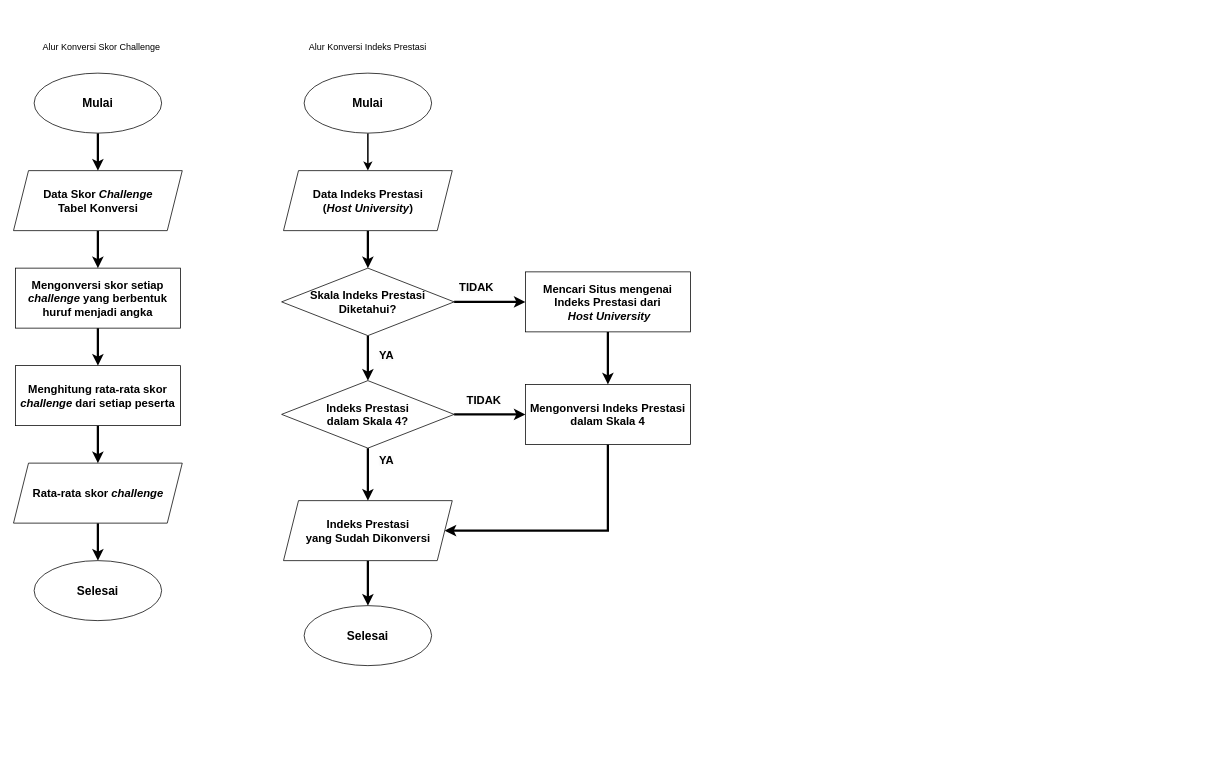
This is page "Flowchart Konversi Skor" (3 of 3) of Pengolahan Data Skripsi.drawio from rianromad/Image-Storage, a draw.io file, before an edit. Source tidied: cells renumbered, new cells numbered last; positions are measured from the earlier drawing's top-left corner, leaving out a move shared by most shapes. Both pictures are drawn from the tidied source at 75%, with x=0, y=0 at pixel (14, 35).
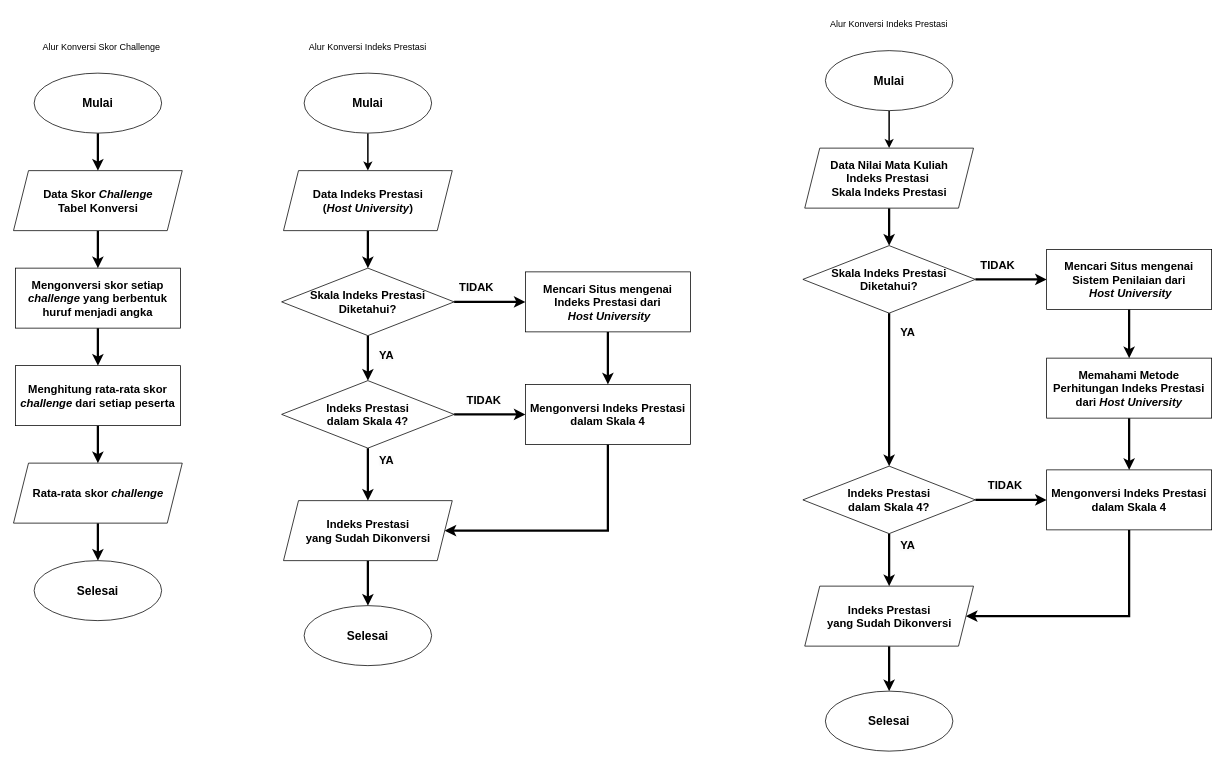
The same diagram, later.

Diff of the diagram source:
```diff
@@
+    <mxCell id="36" value="Alur Konversi Indeks Prestasi" style="text;html=1;strokeColor=none;fillColor=none;align=center;verticalAlign=middle;whiteSpace=wrap;rounded=0;" parent="1" vertex="1">
+      <mxGeometry x="1077" y="-30" width="180" height="30" as="geometry" />
+    </mxCell>
+    <mxCell id="37" style="edgeStyle=orthogonalEdgeStyle;rounded=0;jettySize=auto;html=1;entryX=0.5;entryY=0;entryDx=0;entryDy=0;strokeWidth=2;" parent="1" edge="1" source="38" target="41">
+      <mxGeometry relative="1" as="geometry" />
+    </mxCell>
+    <mxCell id="38" value="&lt;font style=&quot;font-size: 16px;&quot;&gt;&lt;b&gt;Mulai&lt;/b&gt;&lt;/font&gt;" style="ellipse;whiteSpace=wrap;html=1;" parent="1" vertex="1">
+      <mxGeometry x="1082" y="20" width="170" height="80" as="geometry" />
+    </mxCell>
+    <mxCell id="39" value="&lt;font style=&quot;font-size: 16px;&quot;&gt;&lt;b&gt;Selesai&lt;/b&gt;&lt;/font&gt;" style="ellipse;whiteSpace=wrap;html=1;" parent="1" vertex="1">
+      <mxGeometry x="1082" y="874" width="170" height="80" as="geometry" />
+    </mxCell>
+    <mxCell id="40" style="edgeStyle=orthogonalEdgeStyle;rounded=0;jettySize=auto;html=1;entryX=0.5;entryY=0;entryDx=0;entryDy=0;strokeWidth=3;" parent="1" edge="1" source="41" target="44">
+      <mxGeometry relative="1" as="geometry" />
+    </mxCell>
+    <mxCell id="41" value="&lt;b style=&quot;border-color: var(--border-color); font-size: 15px;&quot;&gt;Data Nilai Mata Kuliah&lt;br&gt;Indeks Prestasi&amp;nbsp;&lt;br&gt;Skala Indeks Prestasi&lt;br&gt;&lt;/b&gt;" style="shape=parallelogram;perimeter=parallelogramPerimeter;whiteSpace=wrap;html=1;fixedSize=1;" parent="1" vertex="1">
+      <mxGeometry x="1054.5" y="150" width="225" height="80" as="geometry" />
+    </mxCell>
+    <mxCell id="42" style="edgeStyle=orthogonalEdgeStyle;rounded=0;jettySize=auto;html=1;entryX=0.5;entryY=0;entryDx=0;entryDy=0;strokeWidth=3;" parent="1" edge="1" source="44" target="47">
+      <mxGeometry relative="1" as="geometry" />
+    </mxCell>
+    <mxCell id="43" style="edgeStyle=orthogonalEdgeStyle;rounded=0;jettySize=auto;html=1;entryX=0;entryY=0.5;entryDx=0;entryDy=0;strokeWidth=3;" parent="1" edge="1" source="44" target="56">
+      <mxGeometry relative="1" as="geometry" />
+    </mxCell>
+    <mxCell id="44" value="&lt;span style=&quot;font-size: 15px;&quot;&gt;&lt;b&gt;Skala Indeks Prestasi Diketahui?&lt;br&gt;&lt;/b&gt;&lt;/span&gt;" style="rhombus;whiteSpace=wrap;html=1;" parent="1" vertex="1">
+      <mxGeometry x="1052" y="280" width="230" height="90" as="geometry" />
+    </mxCell>
+    <mxCell id="45" style="edgeStyle=orthogonalEdgeStyle;rounded=0;jettySize=auto;html=1;entryX=0.5;entryY=0;entryDx=0;entryDy=0;strokeWidth=3;" parent="1" edge="1" source="47" target="50">
+      <mxGeometry relative="1" as="geometry" />
+    </mxCell>
+    <mxCell id="46" style="edgeStyle=orthogonalEdgeStyle;rounded=0;jettySize=auto;html=1;entryX=0;entryY=0.5;entryDx=0;entryDy=0;strokeWidth=3;" parent="1" edge="1" source="47" target="53">
+      <mxGeometry relative="1" as="geometry" />
+    </mxCell>
+    <mxCell id="47" value="&lt;span style=&quot;font-size: 15px;&quot;&gt;&lt;b&gt;Indeks Prestasi &lt;br&gt;dalam Skala 4?&lt;br&gt;&lt;/b&gt;&lt;/span&gt;" style="rhombus;whiteSpace=wrap;html=1;" parent="1" vertex="1">
+      <mxGeometry x="1052" y="574" width="230" height="90" as="geometry" />
+    </mxCell>
+    <mxCell id="48" value="&lt;b style=&quot;border-color: var(--border-color); color: rgb(0, 0, 0); font-family: Helvetica; font-size: 12px; font-style: normal; font-variant-ligatures: normal; font-variant-caps: normal; letter-spacing: normal; orphans: 2; text-indent: 0px; text-transform: none; widows: 2; word-spacing: 0px; -webkit-text-stroke-width: 0px; background-color: rgb(251, 251, 251); text-decoration-thickness: initial; text-decoration-style: initial; text-decoration-color: initial;&quot;&gt;&lt;font style=&quot;border-color: var(--border-color); font-size: 15px;&quot;&gt;YA&lt;/font&gt;&lt;/b&gt;" style="text;whiteSpace=wrap;html=1;align=center;" parent="1" vertex="1">
+      <mxGeometry x="1167" y="380" width="50" height="40" as="geometry" />
+    </mxCell>
+    <mxCell id="49" style="edgeStyle=orthogonalEdgeStyle;rounded=0;jettySize=auto;html=1;strokeWidth=3;" parent="1" edge="1" source="50" target="39">
+      <mxGeometry relative="1" as="geometry" />
+    </mxCell>
+    <mxCell id="50" value="&lt;b style=&quot;border-color: var(--border-color); font-size: 15px;&quot;&gt;&lt;b style=&quot;border-color: var(--border-color);&quot;&gt;Indeks Prestasi&lt;br style=&quot;border-color: var(--border-color);&quot;&gt;yang Sudah Dikonversi&lt;/b&gt;&lt;br&gt;&lt;/b&gt;" style="shape=parallelogram;perimeter=parallelogramPerimeter;whiteSpace=wrap;html=1;fixedSize=1;" parent="1" vertex="1">
+      <mxGeometry x="1054.5" y="734" width="225" height="80" as="geometry" />
+    </mxCell>
+    <mxCell id="51" value="&lt;b style=&quot;border-color: var(--border-color); color: rgb(0, 0, 0); font-family: Helvetica; font-size: 12px; font-style: normal; font-variant-ligatures: normal; font-variant-caps: normal; letter-spacing: normal; orphans: 2; text-indent: 0px; text-transform: none; widows: 2; word-spacing: 0px; -webkit-text-stroke-width: 0px; background-color: rgb(251, 251, 251); text-decoration-thickness: initial; text-decoration-style: initial; text-decoration-color: initial;&quot;&gt;&lt;font style=&quot;border-color: var(--border-color); font-size: 15px;&quot;&gt;YA&lt;/font&gt;&lt;/b&gt;" style="text;whiteSpace=wrap;html=1;align=center;" parent="1" vertex="1">
+      <mxGeometry x="1167" y="664" width="50" height="40" as="geometry" />
+    </mxCell>
+    <mxCell id="52" style="edgeStyle=orthogonalEdgeStyle;rounded=0;jettySize=auto;html=1;entryX=1;entryY=0.5;entryDx=0;entryDy=0;strokeWidth=3;" parent="1" edge="1" source="53" target="50">
+      <mxGeometry relative="1" as="geometry">
+        <Array as="points">
+          <mxPoint x="1487" y="774" />
+        </Array>
+      </mxGeometry>
+    </mxCell>
+    <mxCell id="53" value="&lt;span style=&quot;font-size: 15px;&quot;&gt;&lt;b&gt;Mengonversi Indeks Prestasi dalam Skala 4&lt;/b&gt;&lt;/span&gt;" style="rounded=0;whiteSpace=wrap;html=1;" parent="1" vertex="1">
+      <mxGeometry x="1377" y="579" width="220" height="80" as="geometry" />
+    </mxCell>
+    <mxCell id="54" value="&lt;b style=&quot;border-color: var(--border-color); color: rgb(0, 0, 0); font-family: Helvetica; font-size: 12px; font-style: normal; font-variant-ligatures: normal; font-variant-caps: normal; letter-spacing: normal; orphans: 2; text-indent: 0px; text-transform: none; widows: 2; word-spacing: 0px; -webkit-text-stroke-width: 0px; background-color: rgb(251, 251, 251); text-decoration-thickness: initial; text-decoration-style: initial; text-decoration-color: initial;&quot;&gt;&lt;font style=&quot;border-color: var(--border-color); font-size: 15px;&quot;&gt;TIDAK&lt;/font&gt;&lt;/b&gt;" style="text;whiteSpace=wrap;html=1;align=center;" parent="1" vertex="1">
+      <mxGeometry x="1297" y="584" width="50" height="40" as="geometry" />
+    </mxCell>
+    <mxCell id="55" style="edgeStyle=orthogonalEdgeStyle;rounded=0;jettySize=auto;html=1;strokeWidth=3;entryX=0.5;entryY=0;entryDx=0;entryDy=0;" parent="1" edge="1" source="56" target="59">
+      <mxGeometry relative="1" as="geometry" />
+    </mxCell>
+    <mxCell id="56" value="&lt;span style=&quot;font-size: 15px;&quot;&gt;&lt;b&gt;Mencari Situs mengenai Sistem Penilaian dari&lt;br&gt;&amp;nbsp;&lt;i&gt;Host University&lt;/i&gt;&lt;/b&gt;&lt;/span&gt;" style="rounded=0;whiteSpace=wrap;html=1;" parent="1" vertex="1">
+      <mxGeometry x="1377" y="285" width="220" height="80" as="geometry" />
+    </mxCell>
+    <mxCell id="57" value="&lt;b style=&quot;border-color: var(--border-color); color: rgb(0, 0, 0); font-family: Helvetica; font-size: 12px; font-style: normal; font-variant-ligatures: normal; font-variant-caps: normal; letter-spacing: normal; orphans: 2; text-indent: 0px; text-transform: none; widows: 2; word-spacing: 0px; -webkit-text-stroke-width: 0px; background-color: rgb(251, 251, 251); text-decoration-thickness: initial; text-decoration-style: initial; text-decoration-color: initial;&quot;&gt;&lt;font style=&quot;border-color: var(--border-color); font-size: 15px;&quot;&gt;TIDAK&lt;/font&gt;&lt;/b&gt;" style="text;whiteSpace=wrap;html=1;align=center;" parent="1" vertex="1">
+      <mxGeometry x="1287" y="290" width="50" height="40" as="geometry" />
+    </mxCell>
+    <mxCell id="58" style="edgeStyle=orthogonalEdgeStyle;rounded=0;jettySize=auto;html=1;strokeWidth=3;" parent="1" edge="1" source="59" target="53">
+      <mxGeometry relative="1" as="geometry" />
+    </mxCell>
+    <mxCell id="59" value="&lt;span style=&quot;font-size: 15px;&quot;&gt;&lt;b&gt;Memahami Metode Perhitungan Indeks Prestasi dari&amp;nbsp;&lt;/b&gt;&lt;/span&gt;&lt;b style=&quot;border-color: var(--border-color); font-size: 15px;&quot;&gt;&lt;i style=&quot;border-color: var(--border-color);&quot;&gt;Host University&lt;/i&gt;&lt;/b&gt;" style="rounded=0;whiteSpace=wrap;html=1;" parent="1" vertex="1">
+      <mxGeometry x="1377" y="430" width="220" height="80" as="geometry" />
+    </mxCell>
```
